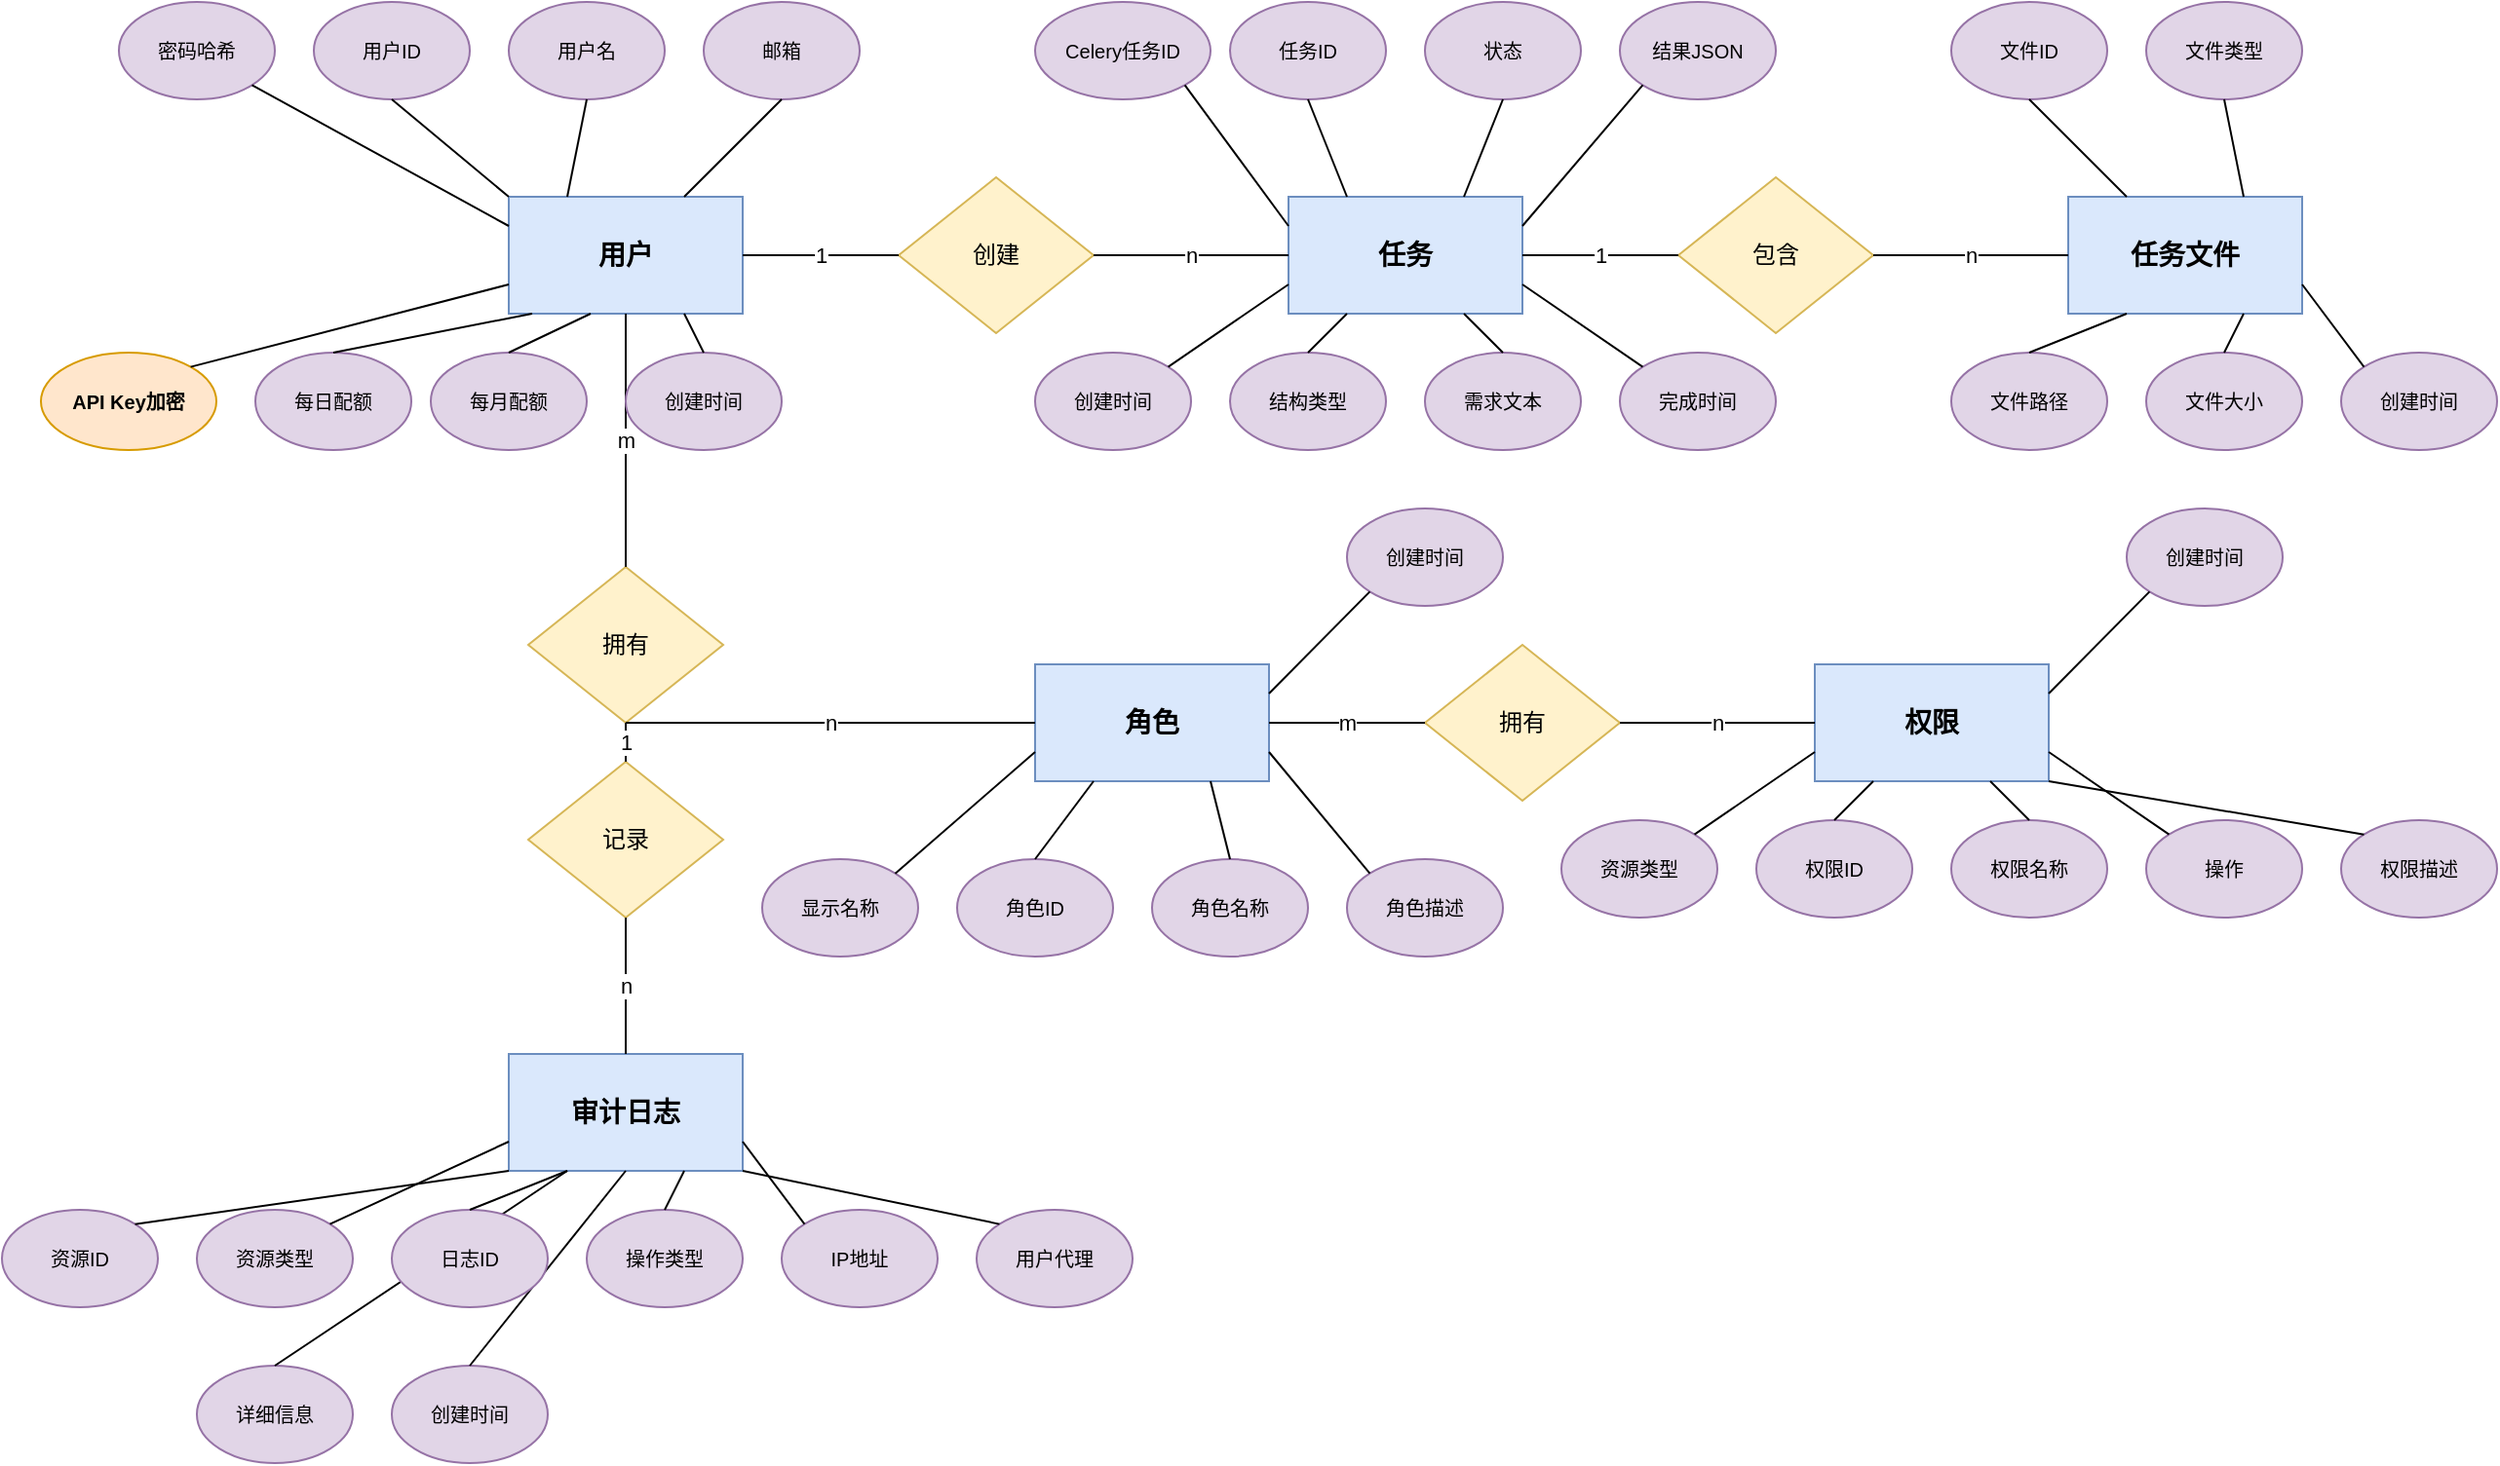
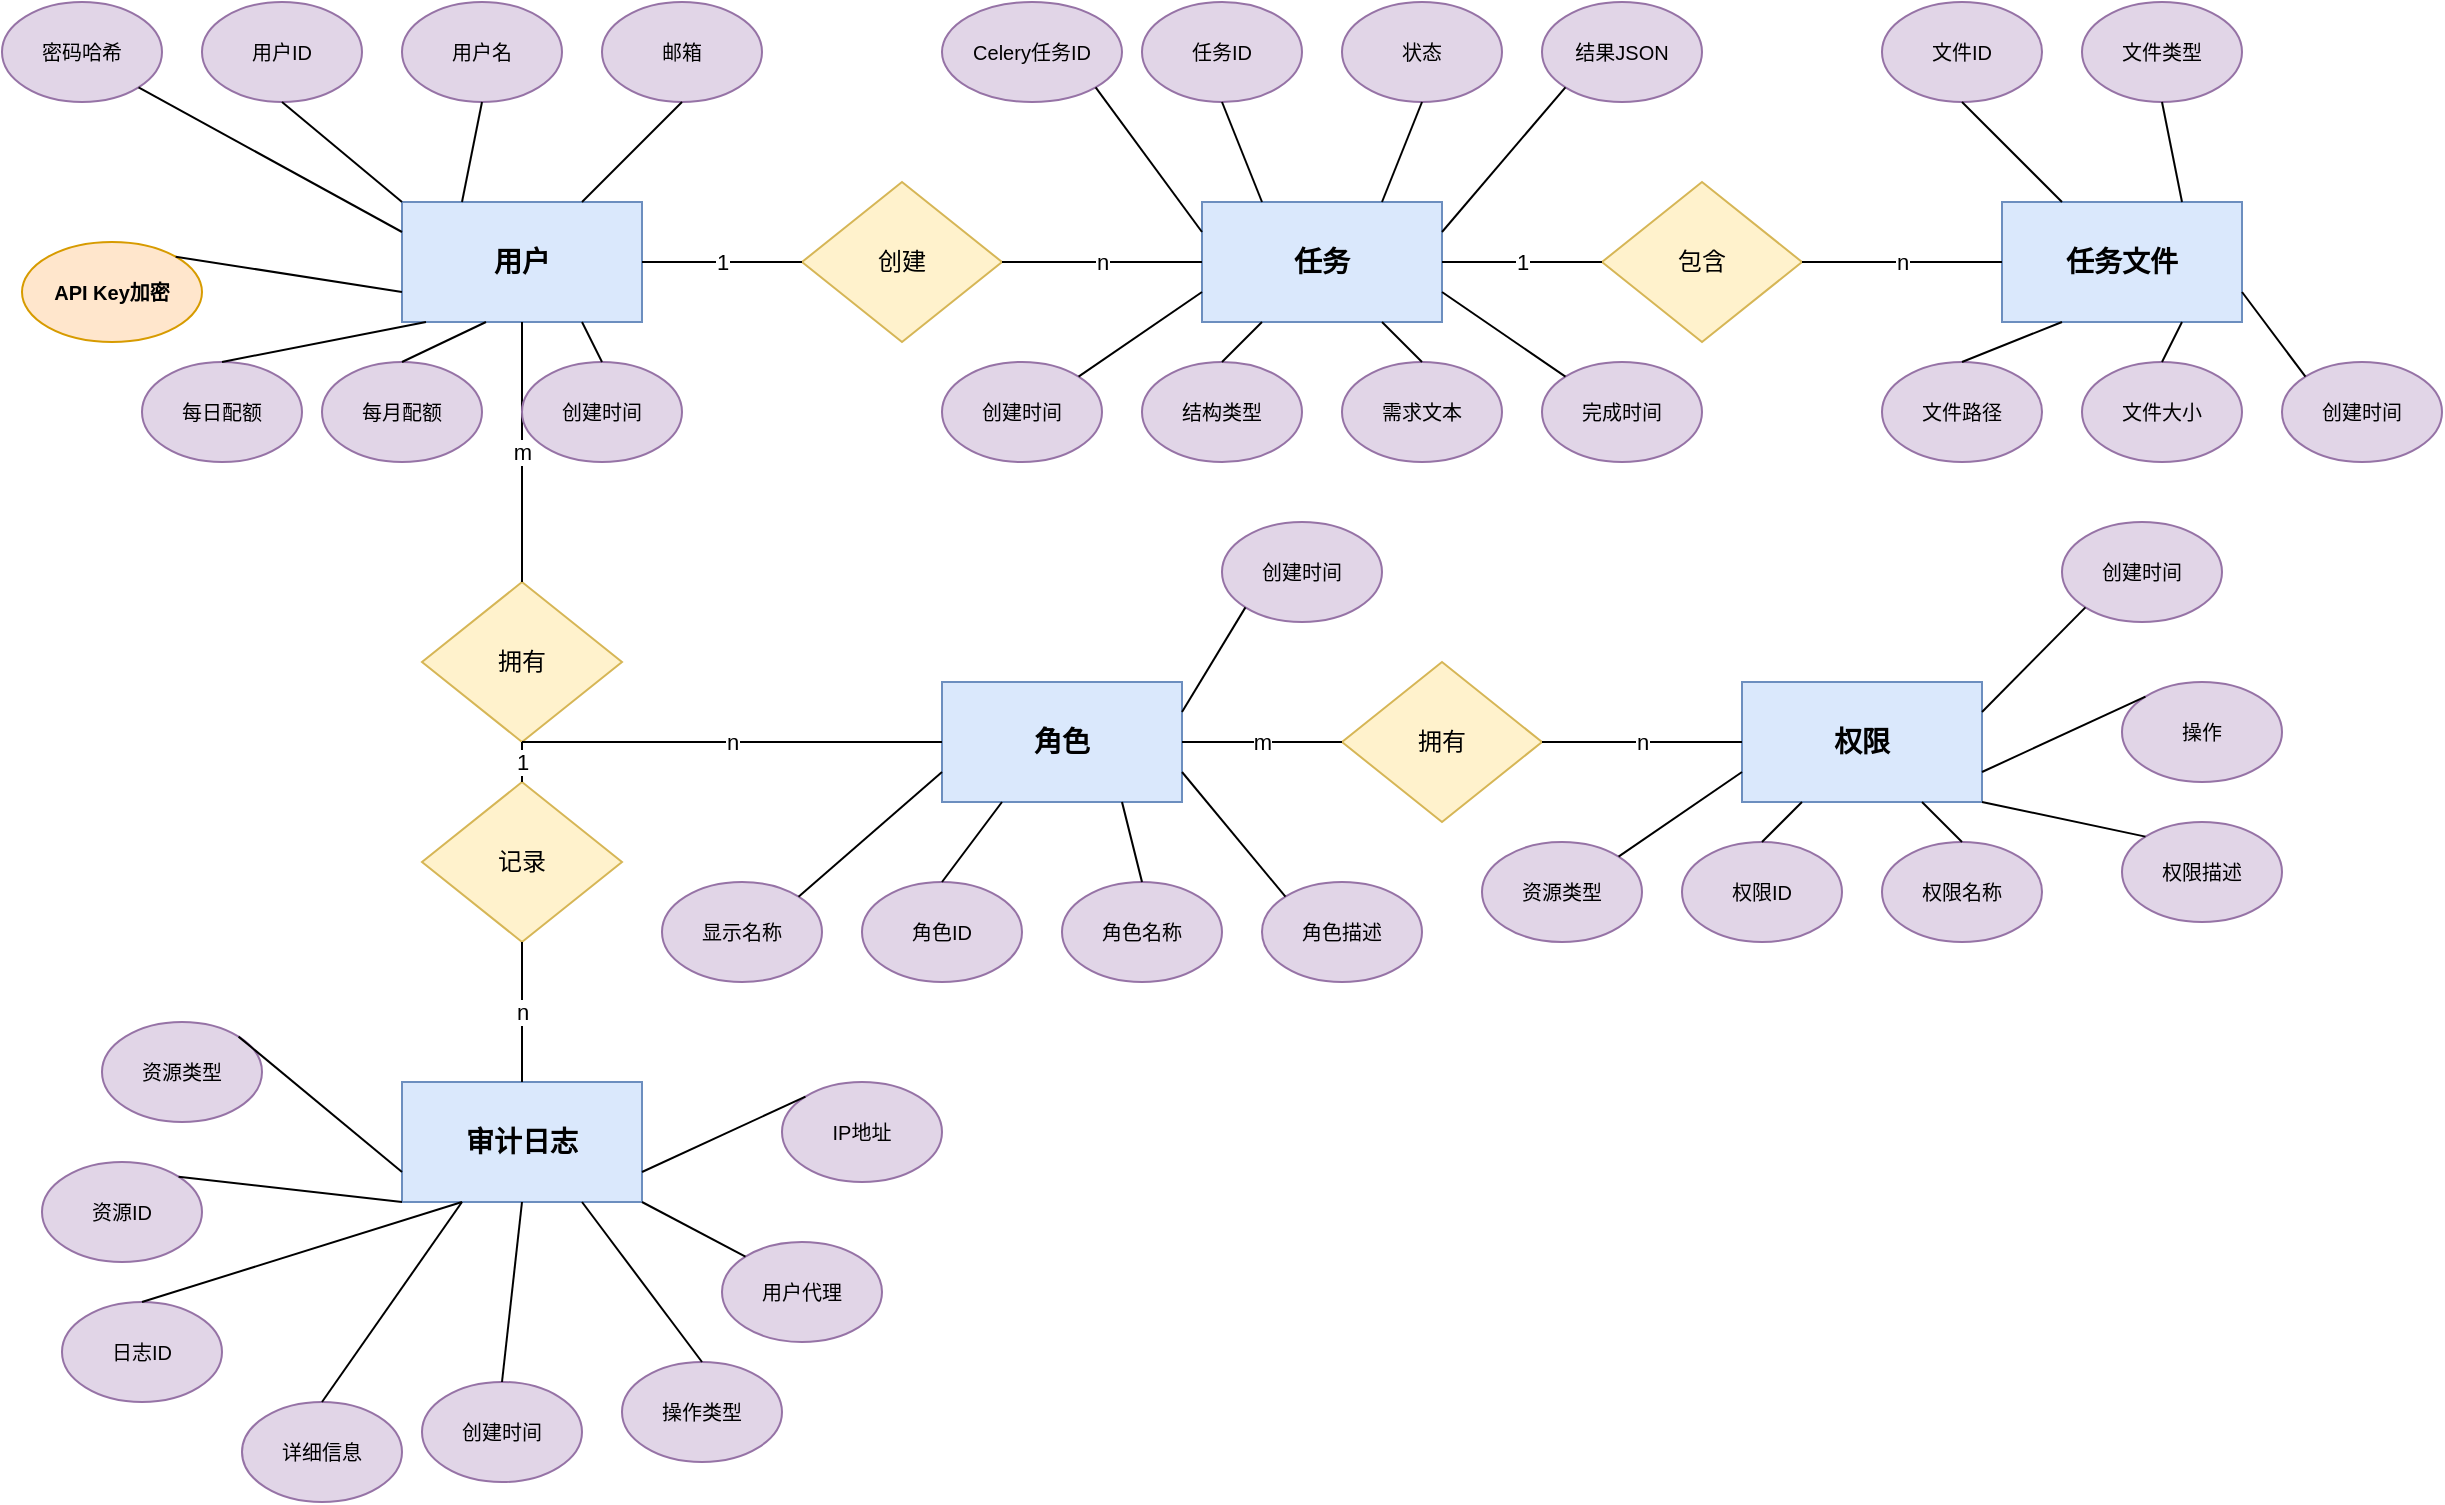
<mxfile host="app.diagrams.net" agent="Claude">
  <diagram name="数据库ER图" id="er-diagram">
-     <mxGraphModel dx="1437" dy="891" grid="1" gridSize="10" guides="1" tooltips="1" connect="1" arrows="1" fold="1" page="1" pageScale="1" pageWidth="3000" pageHeight="2000" math="0" shadow="0">
+     <mxGraphModel dx="1334" dy="827" grid="1" gridSize="10" guides="1" tooltips="1" connect="1" arrows="1" fold="1" page="1" pageScale="1" pageWidth="3000" pageHeight="2000" math="0" shadow="0">
      <root>
        <mxCell id="0" />
        <mxCell id="1" parent="0" />
        <mxCell id="entity-users" parent="1" style="rounded=0;whiteSpace=wrap;html=1;fillColor=#dae8fc;strokeColor=#6c8ebf;fontSize=14;fontStyle=1" value="用户" vertex="1">
          <mxGeometry height="60" width="120" x="400" y="200" as="geometry" />
        </mxCell>
        <mxCell id="entity-tasks" parent="1" style="rounded=0;whiteSpace=wrap;html=1;fillColor=#dae8fc;strokeColor=#6c8ebf;fontSize=14;fontStyle=1" value="任务" vertex="1">
          <mxGeometry height="60" width="120" x="800" y="200" as="geometry" />
        </mxCell>
        <mxCell id="entity-task-files" parent="1" style="rounded=0;whiteSpace=wrap;html=1;fillColor=#dae8fc;strokeColor=#6c8ebf;fontSize=14;fontStyle=1" value="任务文件" vertex="1">
          <mxGeometry height="60" width="120" x="1200" y="200" as="geometry" />
        </mxCell>
        <mxCell id="entity-roles" parent="1" style="rounded=0;whiteSpace=wrap;html=1;fillColor=#dae8fc;strokeColor=#6c8ebf;fontSize=14;fontStyle=1" value="角色" vertex="1">
          <mxGeometry height="60" width="120" x="670" y="440" as="geometry" />
        </mxCell>
        <mxCell id="entity-permissions" parent="1" style="rounded=0;whiteSpace=wrap;html=1;fillColor=#dae8fc;strokeColor=#6c8ebf;fontSize=14;fontStyle=1" value="权限" vertex="1">
          <mxGeometry height="60" width="120" x="1070" y="440" as="geometry" />
        </mxCell>
        <mxCell id="entity-audit-logs" parent="1" style="rounded=0;whiteSpace=wrap;html=1;fillColor=#dae8fc;strokeColor=#6c8ebf;fontSize=14;fontStyle=1" value="审计日志" vertex="1">
          <mxGeometry height="60" width="120" x="400" y="640" as="geometry" />
        </mxCell>
        <mxCell id="rel-creates" parent="1" style="rhombus;whiteSpace=wrap;html=1;fillColor=#fff2cc;strokeColor=#d6b656;fontSize=12" value="创建" vertex="1">
          <mxGeometry height="80" width="100" x="600" y="190" as="geometry" />
        </mxCell>
        <mxCell id="edge-user-creates" edge="1" parent="1" source="entity-users" style="endArrow=none;html=1;rounded=0;exitX=1;exitY=0.5;exitDx=0;exitDy=0;entryX=0;entryY=0.5;entryDx=0;entryDy=0;" target="rel-creates" value="1">
          <mxGeometry relative="1" as="geometry" />
        </mxCell>
        <mxCell id="edge-creates-task" edge="1" parent="1" source="rel-creates" style="endArrow=none;html=1;rounded=0;exitX=1;exitY=0.5;exitDx=0;exitDy=0;entryX=0;entryY=0.5;entryDx=0;entryDy=0;" target="entity-tasks" value="n">
          <mxGeometry relative="1" as="geometry" />
        </mxCell>
        <mxCell id="rel-contains" parent="1" style="rhombus;whiteSpace=wrap;html=1;fillColor=#fff2cc;strokeColor=#d6b656;fontSize=12" value="包含" vertex="1">
          <mxGeometry height="80" width="100" x="1000" y="190" as="geometry" />
        </mxCell>
        <mxCell id="edge-task-contains" edge="1" parent="1" source="entity-tasks" style="endArrow=none;html=1;rounded=0;exitX=1;exitY=0.5;exitDx=0;exitDy=0;entryX=0;entryY=0.5;entryDx=0;entryDy=0;" target="rel-contains" value="1">
          <mxGeometry relative="1" as="geometry" />
        </mxCell>
        <mxCell id="edge-contains-file" edge="1" parent="1" source="rel-contains" style="endArrow=none;html=1;rounded=0;exitX=1;exitY=0.5;exitDx=0;exitDy=0;entryX=0;entryY=0.5;entryDx=0;entryDy=0;" target="entity-task-files" value="n">
          <mxGeometry relative="1" as="geometry" />
        </mxCell>
        <mxCell id="rel-has-role" parent="1" style="rhombus;whiteSpace=wrap;html=1;fillColor=#fff2cc;strokeColor=#d6b656;fontSize=12" value="拥有" vertex="1">
          <mxGeometry height="80" width="100" x="410" y="390" as="geometry" />
        </mxCell>
        <mxCell id="edge-user-has-role" edge="1" parent="1" source="entity-users" style="endArrow=none;html=1;rounded=0;exitX=0.5;exitY=1;exitDx=0;exitDy=0;entryX=0.5;entryY=0;entryDx=0;entryDy=0;" target="rel-has-role" value="m">
          <mxGeometry relative="1" as="geometry" />
        </mxCell>
        <mxCell id="edge-has-role-role" edge="1" parent="1" source="rel-has-role" style="endArrow=none;html=1;rounded=0;exitX=0.5;exitY=1;exitDx=0;exitDy=0;entryX=0;entryY=0.5;entryDx=0;entryDy=0;" target="entity-roles" value="n">
          <mxGeometry relative="1" as="geometry" />
        </mxCell>
        <mxCell id="rel-has-perm" parent="1" style="rhombus;whiteSpace=wrap;html=1;fillColor=#fff2cc;strokeColor=#d6b656;fontSize=12" value="拥有" vertex="1">
          <mxGeometry height="80" width="100" x="870" y="430" as="geometry" />
        </mxCell>
        <mxCell id="edge-role-has-perm" edge="1" parent="1" source="entity-roles" style="endArrow=none;html=1;rounded=0;exitX=1;exitY=0.5;exitDx=0;exitDy=0;entryX=0;entryY=0.5;entryDx=0;entryDy=0;" target="rel-has-perm" value="m">
          <mxGeometry relative="1" as="geometry" />
        </mxCell>
        <mxCell id="edge-has-perm-perm" edge="1" parent="1" source="rel-has-perm" style="endArrow=none;html=1;rounded=0;exitX=1;exitY=0.5;exitDx=0;exitDy=0;entryX=0;entryY=0.5;entryDx=0;entryDy=0;" target="entity-permissions" value="n">
          <mxGeometry relative="1" as="geometry" />
        </mxCell>
        <mxCell id="rel-logs" parent="1" style="rhombus;whiteSpace=wrap;html=1;fillColor=#fff2cc;strokeColor=#d6b656;fontSize=12" value="记录" vertex="1">
          <mxGeometry height="80" width="100" x="410" y="490" as="geometry" />
        </mxCell>
        <mxCell id="edge-user-logs" edge="1" parent="1" source="rel-has-role" style="endArrow=none;html=1;rounded=0;exitX=0.5;exitY=1;exitDx=0;exitDy=0;entryX=0.5;entryY=0;entryDx=0;entryDy=0;" target="rel-logs" value="1">
          <mxGeometry relative="1" as="geometry">
            <mxPoint x="460" y="470" as="sourcePoint" />
          </mxGeometry>
        </mxCell>
        <mxCell id="edge-logs-audit" edge="1" parent="1" source="rel-logs" style="endArrow=none;html=1;rounded=0;exitX=0.5;exitY=1;exitDx=0;exitDy=0;entryX=0.5;entryY=0;entryDx=0;entryDy=0;" target="entity-audit-logs" value="n">
          <mxGeometry relative="1" as="geometry" />
        </mxCell>
        <mxCell id="attr-user-id" parent="1" style="ellipse;whiteSpace=wrap;html=1;fillColor=#e1d5e7;strokeColor=#9673a6;fontSize=10" value="用户ID" vertex="1">
          <mxGeometry height="50" width="80" x="300" y="100" as="geometry" />
        </mxCell>
        <mxCell id="edge-user-id" edge="1" parent="1" source="attr-user-id" style="endArrow=none;html=1;rounded=0;exitX=0.5;exitY=1;exitDx=0;exitDy=0;entryX=0;entryY=0;entryDx=0;entryDy=0;" target="entity-users">
          <mxGeometry relative="1" as="geometry" />
        </mxCell>
        <mxCell id="attr-username" parent="1" style="ellipse;whiteSpace=wrap;html=1;fillColor=#e1d5e7;strokeColor=#9673a6;fontSize=10" value="用户名" vertex="1">
          <mxGeometry height="50" width="80" x="400" y="100" as="geometry" />
        </mxCell>
        <mxCell id="edge-username" edge="1" parent="1" source="attr-username" style="endArrow=none;html=1;rounded=0;exitX=0.5;exitY=1;exitDx=0;exitDy=0;entryX=0.25;entryY=0;entryDx=0;entryDy=0;" target="entity-users">
          <mxGeometry relative="1" as="geometry" />
        </mxCell>
        <mxCell id="attr-email" parent="1" style="ellipse;whiteSpace=wrap;html=1;fillColor=#e1d5e7;strokeColor=#9673a6;fontSize=10" value="邮箱" vertex="1">
          <mxGeometry height="50" width="80" x="500" y="100" as="geometry" />
        </mxCell>
        <mxCell id="edge-email" edge="1" parent="1" source="attr-email" style="endArrow=none;html=1;rounded=0;exitX=0.5;exitY=1;exitDx=0;exitDy=0;entryX=0.75;entryY=0;entryDx=0;entryDy=0;" target="entity-users">
          <mxGeometry relative="1" as="geometry" />
        </mxCell>
        <mxCell id="attr-password" parent="1" style="ellipse;whiteSpace=wrap;html=1;fillColor=#e1d5e7;strokeColor=#9673a6;fontSize=10" value="密码哈希" vertex="1">
          <mxGeometry height="50" width="80" x="200" y="100" as="geometry" />
        </mxCell>
        <mxCell id="edge-password" edge="1" parent="1" source="attr-password" style="endArrow=none;html=1;rounded=0;exitX=1;exitY=1;exitDx=0;exitDy=0;entryX=0;entryY=0.25;entryDx=0;entryDy=0;" target="entity-users">
          <mxGeometry relative="1" as="geometry" />
        </mxCell>
        <mxCell id="attr-api-key" parent="1" style="ellipse;whiteSpace=wrap;html=1;fillColor=#ffe6cc;strokeColor=#d79b00;fontSize=10;fontStyle=1" value="API Key加密" vertex="1">
-           <mxGeometry height="50" width="90" x="160" y="280" as="geometry" />
+           <mxGeometry height="50" width="90" x="210" y="220" as="geometry" />
        </mxCell>
        <mxCell id="edge-api-key" edge="1" parent="1" source="attr-api-key" style="endArrow=none;html=1;rounded=0;exitX=1;exitY=0;exitDx=0;exitDy=0;entryX=0;entryY=0.75;entryDx=0;entryDy=0;" target="entity-users">
          <mxGeometry relative="1" as="geometry" />
        </mxCell>
        <mxCell id="attr-user-created" parent="1" style="ellipse;whiteSpace=wrap;html=1;fillColor=#e1d5e7;strokeColor=#9673a6;fontSize=10" value="创建时间" vertex="1">
          <mxGeometry height="50" width="80" x="460" y="280" as="geometry" />
        </mxCell>
        <mxCell id="edge-user-created" edge="1" parent="1" source="attr-user-created" style="endArrow=none;html=1;rounded=0;exitX=0.5;exitY=0;exitDx=0;exitDy=0;entryX=0.75;entryY=1;entryDx=0;entryDy=0;" target="entity-users">
          <mxGeometry relative="1" as="geometry" />
        </mxCell>
        <mxCell id="attr-quota-daily" parent="1" style="ellipse;whiteSpace=wrap;html=1;fillColor=#e1d5e7;strokeColor=#9673a6;fontSize=10" value="每日配额" vertex="1">
          <mxGeometry height="50" width="80" x="270" y="280" as="geometry" />
        </mxCell>
        <mxCell id="edge-quota-daily" edge="1" parent="1" source="attr-quota-daily" style="endArrow=none;html=1;rounded=0;exitX=0.5;exitY=0;exitDx=0;exitDy=0;entryX=0.1;entryY=1;entryDx=0;entryDy=0;" target="entity-users">
          <mxGeometry relative="1" as="geometry" />
        </mxCell>
        <mxCell id="attr-quota-monthly" parent="1" style="ellipse;whiteSpace=wrap;html=1;fillColor=#e1d5e7;strokeColor=#9673a6;fontSize=10" value="每月配额" vertex="1">
          <mxGeometry height="50" width="80" x="360" y="280" as="geometry" />
        </mxCell>
        <mxCell id="edge-quota-monthly" edge="1" parent="1" source="attr-quota-monthly" style="endArrow=none;html=1;rounded=0;exitX=0.5;exitY=0;exitDx=0;exitDy=0;entryX=0.35;entryY=1;entryDx=0;entryDy=0;" target="entity-users">
          <mxGeometry relative="1" as="geometry" />
        </mxCell>
        <mxCell id="attr-celery-id" parent="1" style="ellipse;whiteSpace=wrap;html=1;fillColor=#e1d5e7;strokeColor=#9673a6;fontSize=10" value="Celery任务ID" vertex="1">
          <mxGeometry height="50" width="90" x="670" y="100" as="geometry" />
        </mxCell>
        <mxCell id="edge-celery-id" edge="1" parent="1" source="attr-celery-id" style="endArrow=none;html=1;rounded=0;exitX=1;exitY=1;exitDx=0;exitDy=0;entryX=0;entryY=0.25;entryDx=0;entryDy=0;" target="entity-tasks">
          <mxGeometry relative="1" as="geometry" />
        </mxCell>
        <mxCell id="attr-task-created" parent="1" style="ellipse;whiteSpace=wrap;html=1;fillColor=#e1d5e7;strokeColor=#9673a6;fontSize=10" value="创建时间" vertex="1">
          <mxGeometry height="50" width="80" x="670" y="280" as="geometry" />
        </mxCell>
        <mxCell id="edge-task-created" edge="1" parent="1" source="attr-task-created" style="endArrow=none;html=1;rounded=0;exitX=1;exitY=0;exitDx=0;exitDy=0;entryX=0;entryY=0.75;entryDx=0;entryDy=0;" target="entity-tasks">
          <mxGeometry relative="1" as="geometry" />
        </mxCell>
        <mxCell id="attr-completed-at" parent="1" style="ellipse;whiteSpace=wrap;html=1;fillColor=#e1d5e7;strokeColor=#9673a6;fontSize=10" value="完成时间" vertex="1">
          <mxGeometry height="50" width="80" x="970" y="280" as="geometry" />
        </mxCell>
        <mxCell id="edge-completed-at" edge="1" parent="1" source="attr-completed-at" style="endArrow=none;html=1;rounded=0;exitX=0;exitY=0;exitDx=0;exitDy=0;entryX=1;entryY=0.75;entryDx=0;entryDy=0;" target="entity-tasks">
          <mxGeometry relative="1" as="geometry" />
        </mxCell>
        <mxCell id="attr-result-json" parent="1" style="ellipse;whiteSpace=wrap;html=1;fillColor=#e1d5e7;strokeColor=#9673a6;fontSize=10" value="结果JSON" vertex="1">
          <mxGeometry height="50" width="80" x="970" y="100" as="geometry" />
        </mxCell>
        <mxCell id="edge-result-json" edge="1" parent="1" source="attr-result-json" style="endArrow=none;html=1;rounded=0;exitX=0;exitY=1;exitDx=0;exitDy=0;entryX=1;entryY=0.25;entryDx=0;entryDy=0;" target="entity-tasks">
          <mxGeometry relative="1" as="geometry" />
        </mxCell>
        <mxCell id="attr-file-created" parent="1" style="ellipse;whiteSpace=wrap;html=1;fillColor=#e1d5e7;strokeColor=#9673a6;fontSize=10" value="创建时间" vertex="1">
          <mxGeometry height="50" width="80" x="1340" y="280" as="geometry" />
        </mxCell>
        <mxCell id="edge-file-created" edge="1" parent="1" source="attr-file-created" style="endArrow=none;html=1;rounded=0;exitX=0;exitY=0;exitDx=0;exitDy=0;entryX=1;entryY=0.75;entryDx=0;entryDy=0;" target="entity-task-files">
          <mxGeometry relative="1" as="geometry" />
        </mxCell>
        <mxCell id="attr-role-display" parent="1" style="ellipse;whiteSpace=wrap;html=1;fillColor=#e1d5e7;strokeColor=#9673a6;fontSize=10" value="显示名称" vertex="1">
          <mxGeometry height="50" width="80" x="530" y="540" as="geometry" />
        </mxCell>
        <mxCell id="edge-role-display" edge="1" parent="1" source="attr-role-display" style="endArrow=none;html=1;rounded=0;exitX=1;exitY=0;exitDx=0;exitDy=0;entryX=0;entryY=0.75;entryDx=0;entryDy=0;" target="entity-roles">
          <mxGeometry relative="1" as="geometry" />
        </mxCell>
        <mxCell id="attr-role-desc" parent="1" style="ellipse;whiteSpace=wrap;html=1;fillColor=#e1d5e7;strokeColor=#9673a6;fontSize=10" value="角色描述" vertex="1">
          <mxGeometry height="50" width="80" x="830" y="540" as="geometry" />
        </mxCell>
        <mxCell id="edge-role-desc" edge="1" parent="1" source="attr-role-desc" style="endArrow=none;html=1;rounded=0;exitX=0;exitY=0;exitDx=0;exitDy=0;entryX=1;entryY=0.75;entryDx=0;entryDy=0;" target="entity-roles">
          <mxGeometry relative="1" as="geometry" />
        </mxCell>
        <mxCell id="attr-role-created" parent="1" style="ellipse;whiteSpace=wrap;html=1;fillColor=#e1d5e7;strokeColor=#9673a6;fontSize=10" value="创建时间" vertex="1">
-           <mxGeometry height="50" width="80" x="830" y="360" as="geometry" />
+           <mxGeometry height="50" width="80" x="810" y="360" as="geometry" />
        </mxCell>
        <mxCell id="edge-role-created" edge="1" parent="1" source="attr-role-created" style="endArrow=none;html=1;rounded=0;exitX=0;exitY=1;exitDx=0;exitDy=0;entryX=1;entryY=0.25;entryDx=0;entryDy=0;" target="entity-roles">
          <mxGeometry relative="1" as="geometry" />
        </mxCell>
        <mxCell id="attr-perm-resource" parent="1" style="ellipse;whiteSpace=wrap;html=1;fillColor=#e1d5e7;strokeColor=#9673a6;fontSize=10" value="资源类型" vertex="1">
          <mxGeometry height="50" width="80" x="940" y="520" as="geometry" />
        </mxCell>
        <mxCell id="edge-perm-resource" edge="1" parent="1" source="attr-perm-resource" style="endArrow=none;html=1;rounded=0;exitX=1;exitY=0;exitDx=0;exitDy=0;entryX=0;entryY=0.75;entryDx=0;entryDy=0;" target="entity-permissions">
          <mxGeometry relative="1" as="geometry" />
        </mxCell>
        <mxCell id="attr-perm-desc" parent="1" style="ellipse;whiteSpace=wrap;html=1;fillColor=#e1d5e7;strokeColor=#9673a6;fontSize=10" value="权限描述" vertex="1">
-           <mxGeometry height="50" width="80" x="1340" y="520" as="geometry" />
+           <mxGeometry height="50" width="80" x="1260" y="510" as="geometry" />
        </mxCell>
        <mxCell id="edge-perm-desc" edge="1" parent="1" source="attr-perm-desc" style="endArrow=none;html=1;rounded=0;exitX=0;exitY=0;exitDx=0;exitDy=0;entryX=1;entryY=1;entryDx=0;entryDy=0;" target="entity-permissions">
          <mxGeometry relative="1" as="geometry" />
        </mxCell>
        <mxCell id="attr-perm-created" parent="1" style="ellipse;whiteSpace=wrap;html=1;fillColor=#e1d5e7;strokeColor=#9673a6;fontSize=10" value="创建时间" vertex="1">
          <mxGeometry height="50" width="80" x="1230" y="360" as="geometry" />
        </mxCell>
        <mxCell id="edge-perm-created" edge="1" parent="1" source="attr-perm-created" style="endArrow=none;html=1;rounded=0;exitX=0;exitY=1;exitDx=0;exitDy=0;entryX=1;entryY=0.25;entryDx=0;entryDy=0;" target="entity-permissions">
          <mxGeometry relative="1" as="geometry" />
        </mxCell>
        <mxCell id="attr-perm-action" parent="1" style="ellipse;whiteSpace=wrap;html=1;fillColor=#e1d5e7;strokeColor=#9673a6;fontSize=10" value="操作" vertex="1">
-           <mxGeometry height="50" width="80" x="1240" y="520" as="geometry" />
+           <mxGeometry height="50" width="80" x="1260" y="440" as="geometry" />
        </mxCell>
        <mxCell id="edge-perm-action" edge="1" parent="1" source="attr-perm-action" style="endArrow=none;html=1;rounded=0;exitX=0;exitY=0;exitDx=0;exitDy=0;entryX=1;entryY=0.75;entryDx=0;entryDy=0;" target="entity-permissions">
          <mxGeometry relative="1" as="geometry" />
        </mxCell>
        <mxCell id="attr-log-resource-id" parent="1" style="ellipse;whiteSpace=wrap;html=1;fillColor=#e1d5e7;strokeColor=#9673a6;fontSize=10" value="资源ID" vertex="1">
-           <mxGeometry height="50" width="80" x="140" y="720" as="geometry" />
+           <mxGeometry height="50" width="80" x="220" y="680" as="geometry" />
        </mxCell>
        <mxCell id="edge-log-resource-id" edge="1" parent="1" source="attr-log-resource-id" style="endArrow=none;html=1;rounded=0;exitX=1;exitY=0;exitDx=0;exitDy=0;entryX=0;entryY=1;entryDx=0;entryDy=0;" target="entity-audit-logs">
          <mxGeometry relative="1" as="geometry" />
        </mxCell>
        <mxCell id="attr-log-user-agent" parent="1" style="ellipse;whiteSpace=wrap;html=1;fillColor=#e1d5e7;strokeColor=#9673a6;fontSize=10" value="用户代理" vertex="1">
-           <mxGeometry height="50" width="80" x="640" y="720" as="geometry" />
+           <mxGeometry height="50" width="80" x="560" y="720" as="geometry" />
        </mxCell>
        <mxCell id="edge-log-user-agent" edge="1" parent="1" source="attr-log-user-agent" style="endArrow=none;html=1;rounded=0;exitX=0;exitY=0;exitDx=0;exitDy=0;entryX=1;entryY=1;entryDx=0;entryDy=0;" target="entity-audit-logs">
          <mxGeometry relative="1" as="geometry" />
        </mxCell>
        <mxCell id="attr-log-details" parent="1" style="ellipse;whiteSpace=wrap;html=1;fillColor=#e1d5e7;strokeColor=#9673a6;fontSize=10" value="详细信息" vertex="1">
-           <mxGeometry height="50" width="80" x="240" y="800" as="geometry" />
+           <mxGeometry height="50" width="80" x="320" y="800" as="geometry" />
        </mxCell>
        <mxCell id="edge-log-details" edge="1" parent="1" source="attr-log-details" style="endArrow=none;html=1;rounded=0;exitX=0.5;exitY=0;exitDx=0;exitDy=0;entryX=0.25;entryY=1;entryDx=0;entryDy=0;" target="entity-audit-logs">
          <mxGeometry relative="1" as="geometry" />
        </mxCell>
        <mxCell id="attr-log-created" parent="1" style="ellipse;whiteSpace=wrap;html=1;fillColor=#e1d5e7;strokeColor=#9673a6;fontSize=10" value="创建时间" vertex="1">
-           <mxGeometry height="50" width="80" x="340" y="800" as="geometry" />
+           <mxGeometry height="50" width="80" x="410" y="790" as="geometry" />
        </mxCell>
        <mxCell id="edge-log-created" edge="1" parent="1" source="attr-log-created" style="endArrow=none;html=1;rounded=0;exitX=0.5;exitY=0;exitDx=0;exitDy=0;entryX=0.5;entryY=1;entryDx=0;entryDy=0;" target="entity-audit-logs">
          <mxGeometry relative="1" as="geometry" />
        </mxCell>
        <mxCell id="attr-log-resource" parent="1" style="ellipse;whiteSpace=wrap;html=1;fillColor=#e1d5e7;strokeColor=#9673a6;fontSize=10" value="资源类型" vertex="1">
-           <mxGeometry height="50" width="80" x="240" y="720" as="geometry" />
+           <mxGeometry height="50" width="80" x="250" y="610" as="geometry" />
        </mxCell>
        <mxCell id="edge-log-resource" edge="1" parent="1" source="attr-log-resource" style="endArrow=none;html=1;rounded=0;exitX=1;exitY=0;exitDx=0;exitDy=0;entryX=0;entryY=0.75;entryDx=0;entryDy=0;" target="entity-audit-logs">
          <mxGeometry relative="1" as="geometry" />
        </mxCell>
        <mxCell id="attr-log-ip" parent="1" style="ellipse;whiteSpace=wrap;html=1;fillColor=#e1d5e7;strokeColor=#9673a6;fontSize=10" value="IP地址" vertex="1">
-           <mxGeometry height="50" width="80" x="540" y="720" as="geometry" />
+           <mxGeometry height="50" width="80" x="590" y="640" as="geometry" />
        </mxCell>
        <mxCell id="edge-log-ip" edge="1" parent="1" source="attr-log-ip" style="endArrow=none;html=1;rounded=0;exitX=0;exitY=0;exitDx=0;exitDy=0;entryX=1;entryY=0.75;entryDx=0;entryDy=0;" target="entity-audit-logs">
          <mxGeometry relative="1" as="geometry" />
        </mxCell>
        <mxCell id="attr-task-id" parent="1" style="ellipse;whiteSpace=wrap;html=1;fillColor=#e1d5e7;strokeColor=#9673a6;fontSize=10" value="任务ID" vertex="1">
          <mxGeometry height="50" width="80" x="770" y="100" as="geometry" />
        </mxCell>
        <mxCell id="edge-task-id" edge="1" parent="1" source="attr-task-id" style="endArrow=none;html=1;rounded=0;exitX=0.5;exitY=1;exitDx=0;exitDy=0;entryX=0.25;entryY=0;entryDx=0;entryDy=0;" target="entity-tasks">
          <mxGeometry relative="1" as="geometry" />
        </mxCell>
        <mxCell id="attr-status" parent="1" style="ellipse;whiteSpace=wrap;html=1;fillColor=#e1d5e7;strokeColor=#9673a6;fontSize=10" value="状态" vertex="1">
          <mxGeometry height="50" width="80" x="870" y="100" as="geometry" />
        </mxCell>
        <mxCell id="edge-status" edge="1" parent="1" source="attr-status" style="endArrow=none;html=1;rounded=0;exitX=0.5;exitY=1;exitDx=0;exitDy=0;entryX=0.75;entryY=0;entryDx=0;entryDy=0;" target="entity-tasks">
          <mxGeometry relative="1" as="geometry" />
        </mxCell>
        <mxCell id="attr-structure-type" parent="1" style="ellipse;whiteSpace=wrap;html=1;fillColor=#e1d5e7;strokeColor=#9673a6;fontSize=10" value="结构类型" vertex="1">
          <mxGeometry height="50" width="80" x="770" y="280" as="geometry" />
        </mxCell>
        <mxCell id="edge-structure-type" edge="1" parent="1" source="attr-structure-type" style="endArrow=none;html=1;rounded=0;exitX=0.5;exitY=0;exitDx=0;exitDy=0;entryX=0.25;entryY=1;entryDx=0;entryDy=0;" target="entity-tasks">
          <mxGeometry relative="1" as="geometry" />
        </mxCell>
        <mxCell id="attr-request-text" parent="1" style="ellipse;whiteSpace=wrap;html=1;fillColor=#e1d5e7;strokeColor=#9673a6;fontSize=10" value="需求文本" vertex="1">
          <mxGeometry height="50" width="80" x="870" y="280" as="geometry" />
        </mxCell>
        <mxCell id="edge-request-text" edge="1" parent="1" source="attr-request-text" style="endArrow=none;html=1;rounded=0;exitX=0.5;exitY=0;exitDx=0;exitDy=0;entryX=0.75;entryY=1;entryDx=0;entryDy=0;" target="entity-tasks">
          <mxGeometry relative="1" as="geometry" />
        </mxCell>
        <mxCell id="attr-file-id" parent="1" style="ellipse;whiteSpace=wrap;html=1;fillColor=#e1d5e7;strokeColor=#9673a6;fontSize=10" value="文件ID" vertex="1">
          <mxGeometry height="50" width="80" x="1140" y="100" as="geometry" />
        </mxCell>
        <mxCell id="edge-file-id" edge="1" parent="1" source="attr-file-id" style="endArrow=none;html=1;rounded=0;exitX=0.5;exitY=1;exitDx=0;exitDy=0;entryX=0.25;entryY=0;entryDx=0;entryDy=0;" target="entity-task-files">
          <mxGeometry relative="1" as="geometry" />
        </mxCell>
        <mxCell id="attr-file-type" parent="1" style="ellipse;whiteSpace=wrap;html=1;fillColor=#e1d5e7;strokeColor=#9673a6;fontSize=10" value="文件类型" vertex="1">
          <mxGeometry height="50" width="80" x="1240" y="100" as="geometry" />
        </mxCell>
        <mxCell id="edge-file-type" edge="1" parent="1" source="attr-file-type" style="endArrow=none;html=1;rounded=0;exitX=0.5;exitY=1;exitDx=0;exitDy=0;entryX=0.75;entryY=0;entryDx=0;entryDy=0;" target="entity-task-files">
          <mxGeometry relative="1" as="geometry" />
        </mxCell>
        <mxCell id="attr-file-path" parent="1" style="ellipse;whiteSpace=wrap;html=1;fillColor=#e1d5e7;strokeColor=#9673a6;fontSize=10" value="文件路径" vertex="1">
          <mxGeometry height="50" width="80" x="1140" y="280" as="geometry" />
        </mxCell>
        <mxCell id="edge-file-path" edge="1" parent="1" source="attr-file-path" style="endArrow=none;html=1;rounded=0;exitX=0.5;exitY=0;exitDx=0;exitDy=0;entryX=0.25;entryY=1;entryDx=0;entryDy=0;" target="entity-task-files">
          <mxGeometry relative="1" as="geometry" />
        </mxCell>
        <mxCell id="attr-file-size" parent="1" style="ellipse;whiteSpace=wrap;html=1;fillColor=#e1d5e7;strokeColor=#9673a6;fontSize=10" value="文件大小" vertex="1">
          <mxGeometry height="50" width="80" x="1240" y="280" as="geometry" />
        </mxCell>
        <mxCell id="edge-file-size" edge="1" parent="1" source="attr-file-size" style="endArrow=none;html=1;rounded=0;exitX=0.5;exitY=0;exitDx=0;exitDy=0;entryX=0.75;entryY=1;entryDx=0;entryDy=0;" target="entity-task-files">
          <mxGeometry relative="1" as="geometry" />
        </mxCell>
        <mxCell id="attr-role-id" parent="1" style="ellipse;whiteSpace=wrap;html=1;fillColor=#e1d5e7;strokeColor=#9673a6;fontSize=10" value="角色ID" vertex="1">
          <mxGeometry height="50" width="80" x="630" y="540" as="geometry" />
        </mxCell>
        <mxCell id="edge-role-id" edge="1" parent="1" source="attr-role-id" style="endArrow=none;html=1;rounded=0;exitX=0.5;exitY=0;exitDx=0;exitDy=0;entryX=0.25;entryY=1;entryDx=0;entryDy=0;" target="entity-roles">
          <mxGeometry relative="1" as="geometry" />
        </mxCell>
        <mxCell id="attr-role-name" parent="1" style="ellipse;whiteSpace=wrap;html=1;fillColor=#e1d5e7;strokeColor=#9673a6;fontSize=10" value="角色名称" vertex="1">
          <mxGeometry height="50" width="80" x="730" y="540" as="geometry" />
        </mxCell>
        <mxCell id="edge-role-name" edge="1" parent="1" source="attr-role-name" style="endArrow=none;html=1;rounded=0;exitX=0.5;exitY=0;exitDx=0;exitDy=0;entryX=0.75;entryY=1;entryDx=0;entryDy=0;" target="entity-roles">
          <mxGeometry relative="1" as="geometry" />
        </mxCell>
        <mxCell id="attr-perm-id" parent="1" style="ellipse;whiteSpace=wrap;html=1;fillColor=#e1d5e7;strokeColor=#9673a6;fontSize=10" value="权限ID" vertex="1">
          <mxGeometry height="50" width="80" x="1040" y="520" as="geometry" />
        </mxCell>
        <mxCell id="edge-perm-id" edge="1" parent="1" source="attr-perm-id" style="endArrow=none;html=1;rounded=0;exitX=0.5;exitY=0;exitDx=0;exitDy=0;entryX=0.25;entryY=1;entryDx=0;entryDy=0;" target="entity-permissions">
          <mxGeometry relative="1" as="geometry" />
        </mxCell>
        <mxCell id="attr-perm-name" parent="1" style="ellipse;whiteSpace=wrap;html=1;fillColor=#e1d5e7;strokeColor=#9673a6;fontSize=10" value="权限名称" vertex="1">
          <mxGeometry height="50" width="80" x="1140" y="520" as="geometry" />
        </mxCell>
        <mxCell id="edge-perm-name" edge="1" parent="1" source="attr-perm-name" style="endArrow=none;html=1;rounded=0;exitX=0.5;exitY=0;exitDx=0;exitDy=0;entryX=0.75;entryY=1;entryDx=0;entryDy=0;" target="entity-permissions">
          <mxGeometry relative="1" as="geometry" />
        </mxCell>
        <mxCell id="attr-log-id" parent="1" style="ellipse;whiteSpace=wrap;html=1;fillColor=#e1d5e7;strokeColor=#9673a6;fontSize=10" value="日志ID" vertex="1">
-           <mxGeometry height="50" width="80" x="340" y="720" as="geometry" />
+           <mxGeometry height="50" width="80" x="230" y="750" as="geometry" />
        </mxCell>
        <mxCell id="edge-log-id" edge="1" parent="1" source="attr-log-id" style="endArrow=none;html=1;rounded=0;exitX=0.5;exitY=0;exitDx=0;exitDy=0;entryX=0.25;entryY=1;entryDx=0;entryDy=0;" target="entity-audit-logs">
          <mxGeometry relative="1" as="geometry" />
        </mxCell>
        <mxCell id="attr-action" parent="1" style="ellipse;whiteSpace=wrap;html=1;fillColor=#e1d5e7;strokeColor=#9673a6;fontSize=10" value="操作类型" vertex="1">
-           <mxGeometry height="50" width="80" x="440" y="720" as="geometry" />
+           <mxGeometry height="50" width="80" x="510" y="780" as="geometry" />
        </mxCell>
        <mxCell id="edge-action" edge="1" parent="1" source="attr-action" style="endArrow=none;html=1;rounded=0;exitX=0.5;exitY=0;exitDx=0;exitDy=0;entryX=0.75;entryY=1;entryDx=0;entryDy=0;" target="entity-audit-logs">
          <mxGeometry relative="1" as="geometry" />
        </mxCell>
      </root>
    </mxGraphModel>
  </diagram>
</mxfile>
